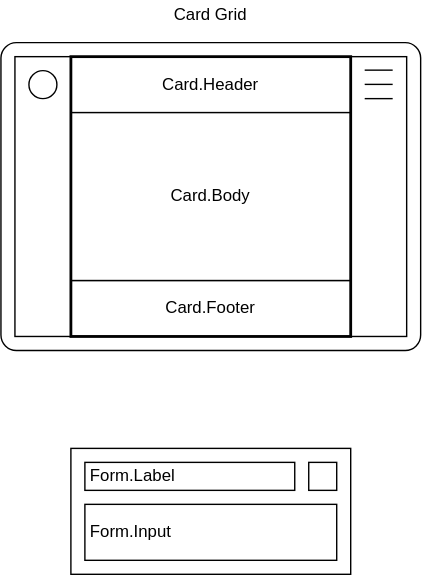
This is packages/ui/react-ui-mosaic/docs/mosaic.drawio.svg from dxos/dxos, a draw.io export, as it was before one commit. Source tidied: cells renumbered, new cells last; positions are measured from the earlier drawing's top-left corner, leaving out a move shared by most shapes.
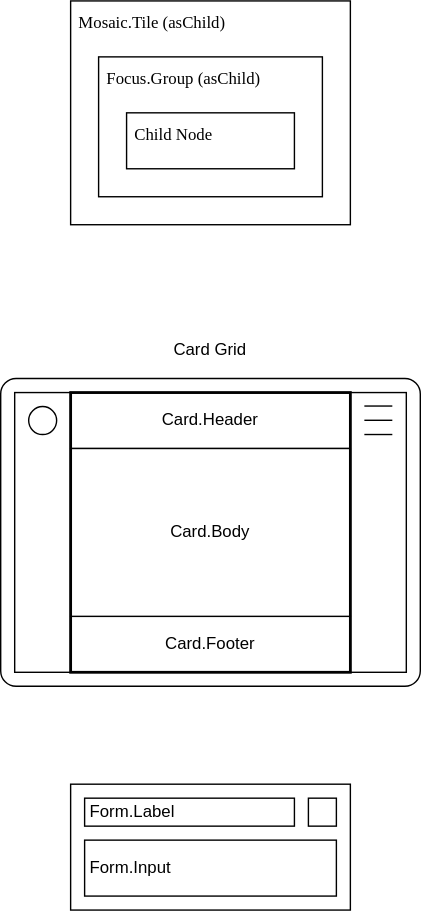
Later version of the same file.

What changed in the source:
```diff
@@ -62,5 +62,14 @@
         <mxPoint x="20" y="10.2" as="targetPoint" />
       </mxGeometry>
     </mxCell>
+    <mxCell id="19" value="Mosaic.Tile (asChild)" style="rounded=0;whiteSpace=wrap;html=1;align=left;verticalAlign=top;spacingTop=2;spacingLeft=4;spacingBottom=2;spacingRight=4;fontFamily=Space Grotesk;" parent="1" vertex="1">
+      <mxGeometry x="50" y="-240" width="200" height="160" as="geometry" />
+    </mxCell>
+    <mxCell id="20" value="Focus.Group (asChild)" style="rounded=0;whiteSpace=wrap;html=1;align=left;verticalAlign=top;spacingTop=2;spacingLeft=4;spacingBottom=2;spacingRight=4;fontFamily=Space Grotesk;" parent="1" vertex="1">
+      <mxGeometry x="70" y="-200" width="160" height="100" as="geometry" />
+    </mxCell>
+    <mxCell id="21" value="Child Node" style="rounded=0;whiteSpace=wrap;html=1;align=left;verticalAlign=top;spacingTop=2;spacingLeft=4;spacingBottom=2;spacingRight=4;fontFamily=Space Grotesk;" parent="1" vertex="1">
+      <mxGeometry x="90" y="-160" width="120" height="40" as="geometry" />
+    </mxCell>
   </root>
 </mxGraphModel>
```
